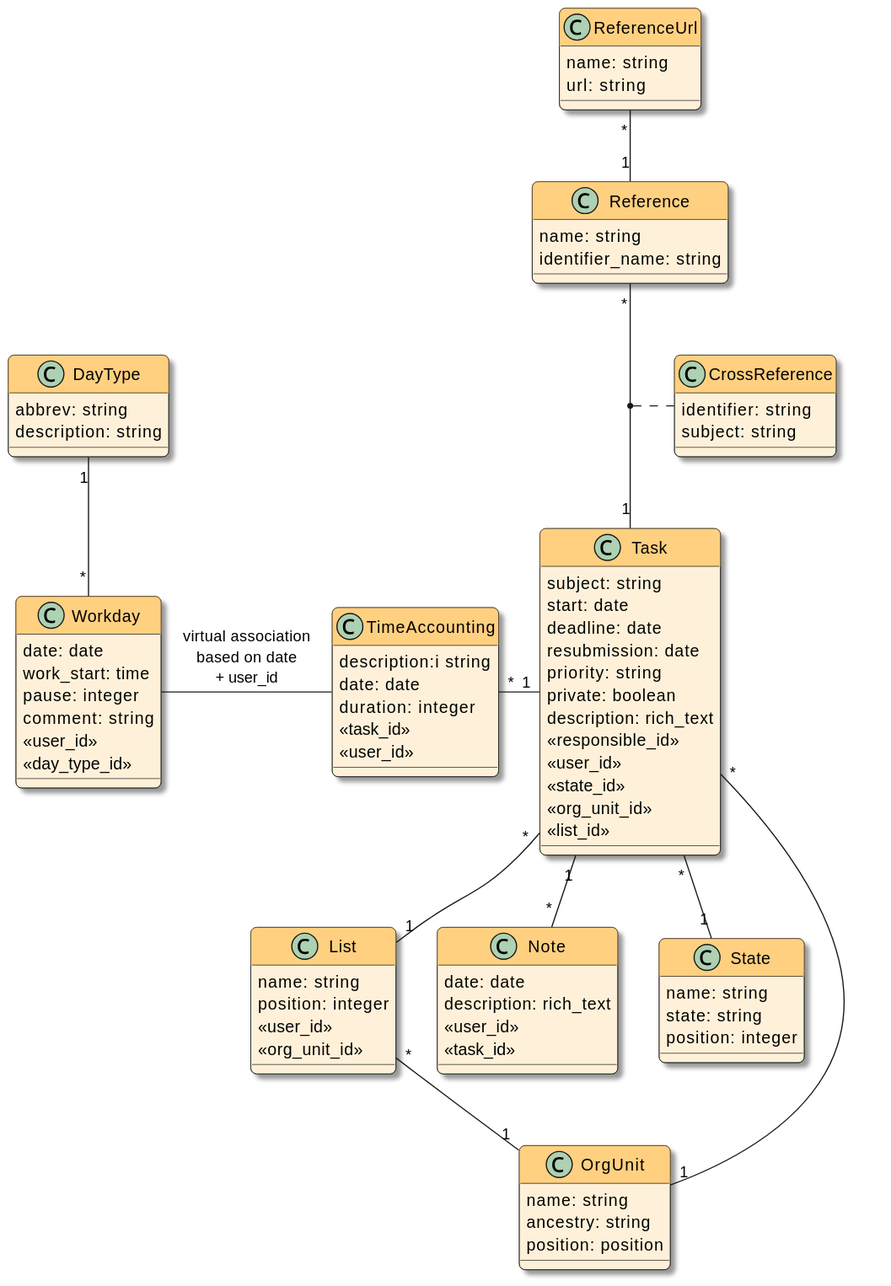
The PlantUML diagram docsrc/dev-notes/modules/ROOT/images/models.svg in swobspace/titracka, before a commit. Its diagram source:
```plantuml
@startuml

!theme titracka from .

class CrossReference  {
    identifier: string
    subject: string
}

class DayType  {
    abbrev: string
    description: string
}

class List  {
    name: string
    position: integer
    <<user_id>>
    <<org_unit_id>>
}

class Note  {
    date: date
    description: rich_text
    <<user_id>>
    <<task_id>>
}

class OrgUnit  {
    name: string
    ancestry: string
    position: position
}

class ReferenceUrl  {
    name: string
    url: string
}

class Reference  {
    name: string
    identifier_name: string
}

class State  {
    name: string
    state: string
    position: integer
}

class Task  {
    subject: string
    start: date
    deadline: date
    resubmission: date
    priority: string
    private: boolean
    description: rich_text
    <<responsible_id>>
    <<user_id>>
    <<state_id>>
    <<org_unit_id>>
    <<list_id>>
}

class TimeAccounting  {
    description:i string
    date: date
    duration: integer
    <<task_id>>
    <<user_id>>
}

class Workday  {
    date: date
    work_start: time
    pause: integer
    comment: string
    <<user_id>>
    <<day_type_id>>
}

DayType "1" -- "*" Workday
Task "*" -- "1" State
Task "*" -- "1" List
Task "1" -- "*" Note

Reference "*" -- "1" Task
(Reference, Task) . CrossReference

Workday - TimeAccounting: virtual association\nbased on date\n+ user_id
List "*" -- "1" OrgUnit
ReferenceUrl "*" -- "1" Reference
TimeAccounting "*" - "1" Task
OrgUnit "1" -- "*" Task

@enduml
```
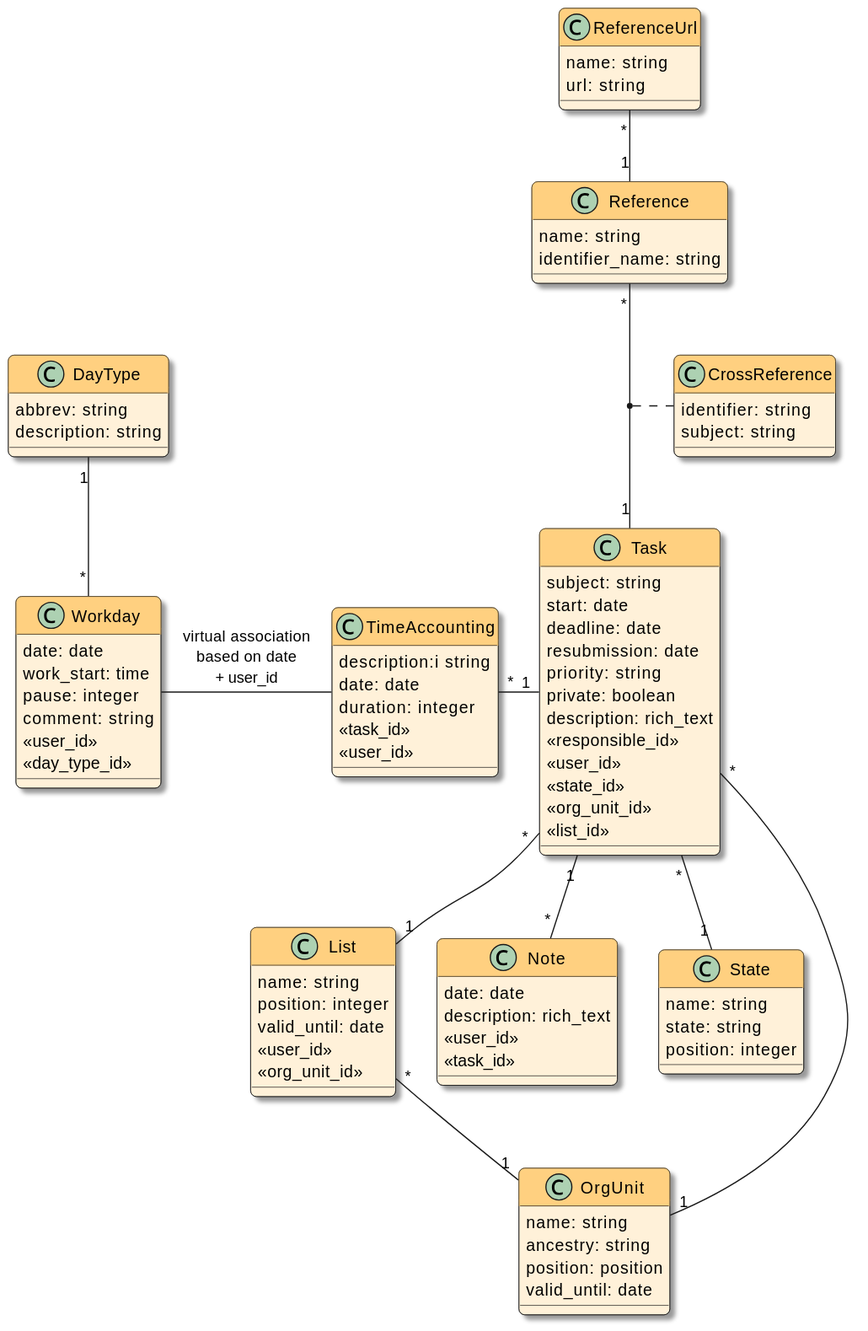
Above is the later version.

Diff of the diagram source:
```diff
@@ -15,6 +15,7 @@
 class List  {
     name: string
     position: integer
+    valid_until: date
     <<user_id>>
     <<org_unit_id>>
 }
@@ -30,6 +31,7 @@
     name: string
     ancestry: string
     position: position
+    valid_until: date
 }
 
 class ReferenceUrl  {
```
